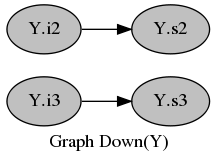
gerakilmurray/genevalmag keeps this Graphviz diagram as src/out_graph/down_graph_8.dot.png. Above is the earlier version. Its source is kept beside it as src/out_graph/down_graph_8.dot.
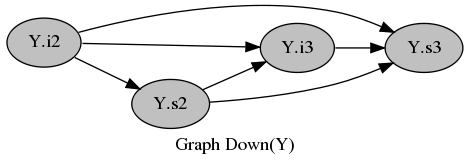
The same file after the commit.

Commit message:
- project y merge. - cambiado funcionamiento de down - hecho print_graph_tex

What changed in the source:
```diff
@@ -4,9 +4,13 @@
 node [
 color="black", fillcolor="gray", shape="ellipse", style="filled"];
 0[label="Y.s3"];
-1[label="Y.s2"];
-2[label="Y.i2"];
-3[label="Y.i3"];
-2->1 ;
+1[label="Y.i2"];
+2[label="Y.i3"];
+3[label="Y.s2"];
+1->0 ;
+1->2 ;
+1->3 ;
+2->0 ;
 3->0 ;
+3->2 ;
 }
```
